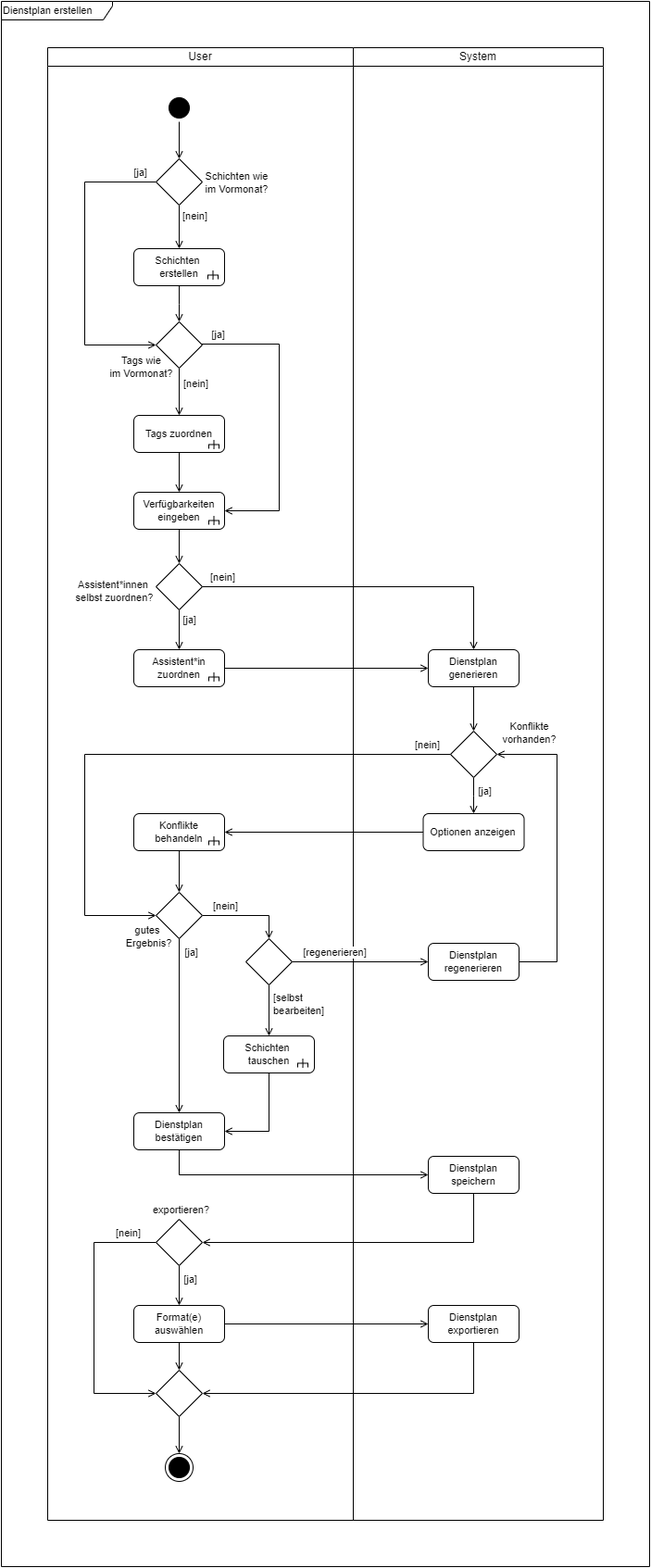
annikalenneper/praxisprojekt_mi_bachelor_SoSe24 keeps this draw.io diagram as 4_Entwurf/4_UML/4_UML_Aktivitätsdiagramme/png/ad_DienstplanErstellen.png. Above is the earlier version. Source tidied: cells renumbered, new cells last; positions are measured from the earlier drawing's top-left corner, leaving out a move shared by most shapes.
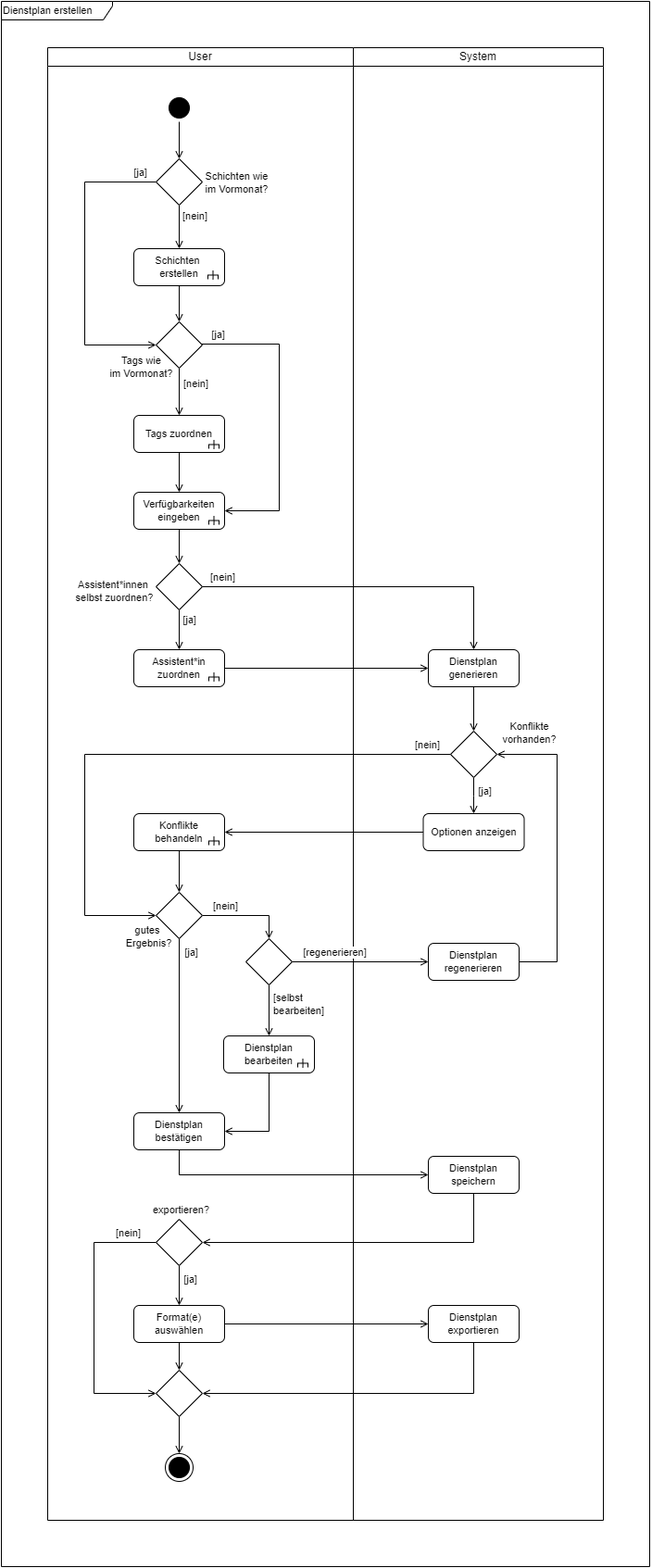
Later version of the same file.

Commit message:
exchanges png-file of ad ,create work schedule' for newer version

What changed in the source:
```diff
@@ -167,7 +167,7 @@
     <mxCell id="51" style="edgeStyle=orthogonalEdgeStyle;rounded=0;jettySize=auto;html=1;entryX=1;entryY=0.5;entryDx=0;entryDy=0;strokeColor=default;align=center;verticalAlign=middle;fontFamily=Helvetica;fontSize=11;fontColor=default;labelBackgroundColor=default;endArrow=open;endFill=0;" parent="2" edge="1" source="52" target="36">
       <mxGeometry relative="1" as="geometry" />
     </mxCell>
-    <mxCell id="52" value="Schichten&amp;nbsp;&lt;div&gt;tauschen&lt;/div&gt;" style="rounded=1;whiteSpace=wrap;html=1;fontFamily=Helvetica;fontSize=11;fontColor=default;labelBackgroundColor=default;" parent="2" vertex="1">
+    <mxCell id="52" value="Dienstplan bearbeiten" style="rounded=1;whiteSpace=wrap;html=1;fontFamily=Helvetica;fontSize=11;fontColor=default;labelBackgroundColor=default;" parent="2" vertex="1">
       <mxGeometry x="190" y="1067" width="98" height="40" as="geometry" />
     </mxCell>
     <mxCell id="53" style="strokeWidth=1;html=1;shape=mxgraph.flowchart.annotation_2;align=left;labelPosition=right;rotation=90;fontFamily=Helvetica;fontSize=11;fontColor=default;labelBackgroundColor=default;" parent="2" vertex="1">
```
